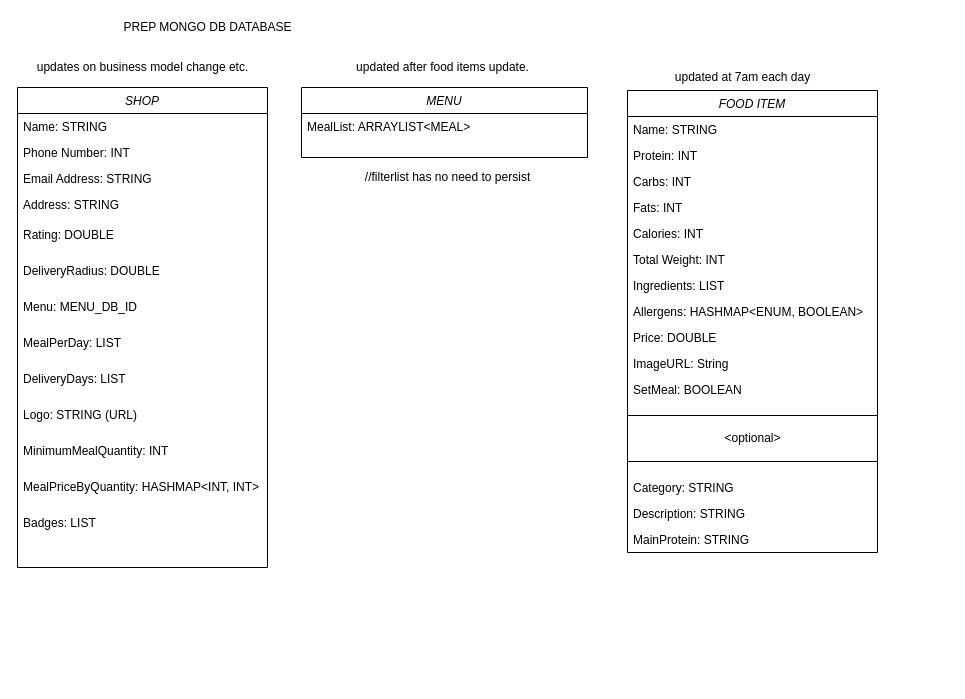
dcallus/prep_app keeps this draw.io diagram as database_diagrams.drawio. Above is the earlier version. Source tidied: cells renumbered, new cells numbered last; positions are measured from the earlier drawing's top-left corner, leaving out a move shared by most shapes. Both pictures are drawn from the tidied source at 100%, with x=0, y=0 at pixel (17, 17).
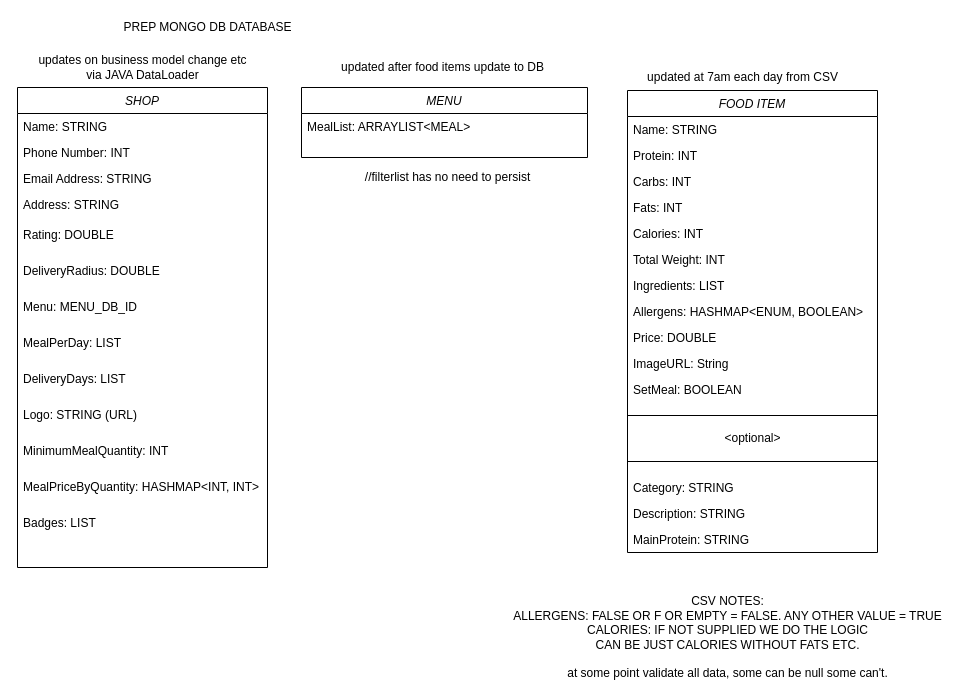
After the change.

What changed in the source:
```diff
@@
-    <mxCell id="37" value="updates on business model change etc." style="text;html=1;align=center;verticalAlign=middle;strokeColor=none;" parent="1" vertex="1">
-      <mxGeometry x="10" y="40" width="230" height="20" as="geometry" />
+    <mxCell id="37" value="updates on business model change etc&lt;br&gt;via JAVA DataLoader" style="text;html=1;align=center;verticalAlign=middle;strokeColor=none;" parent="1" vertex="1">
+      <mxGeometry x="15" y="35" width="220" height="30" as="geometry" />
     </mxCell>
-    <mxCell id="38" value="updated at 7am each day" style="text;html=1;align=center;verticalAlign=middle;strokeColor=none;" parent="1" vertex="1">
-      <mxGeometry x="650" y="50" width="150" height="20" as="geometry" />
+    <mxCell id="38" value="updated at 7am each day from CSV" style="text;html=1;align=center;verticalAlign=middle;strokeColor=none;" parent="1" vertex="1">
+      <mxGeometry x="620" y="50" width="210" height="20" as="geometry" />
     </mxCell>
-    <mxCell id="39" value="updated after food items update." style="text;html=1;align=center;verticalAlign=middle;strokeColor=none;" parent="1" vertex="1">
-      <mxGeometry x="330" y="40" width="190" height="20" as="geometry" />
+    <mxCell id="39" value="updated after food items update to DB" style="text;html=1;align=center;verticalAlign=middle;strokeColor=none;" parent="1" vertex="1">
+      <mxGeometry x="315" y="40" width="220" height="20" as="geometry" />
     </mxCell>
@@
+    <mxCell id="41" value="CSV NOTES:&lt;br&gt;ALLERGENS: FALSE OR F OR EMPTY = FALSE. ANY OTHER VALUE = TRUE&lt;br&gt;CALORIES: IF NOT SUPPLIED WE DO THE LOGIC&lt;br&gt;CAN BE JUST CALORIES WITHOUT FATS ETC.&lt;br&gt;&lt;br&gt;at some point validate all data, some can be null some can't." style="text;html=1;align=center;verticalAlign=middle;strokeColor=none;" parent="1" vertex="1">
+      <mxGeometry x="490" y="575" width="440" height="90" as="geometry" />
+    </mxCell>
```
